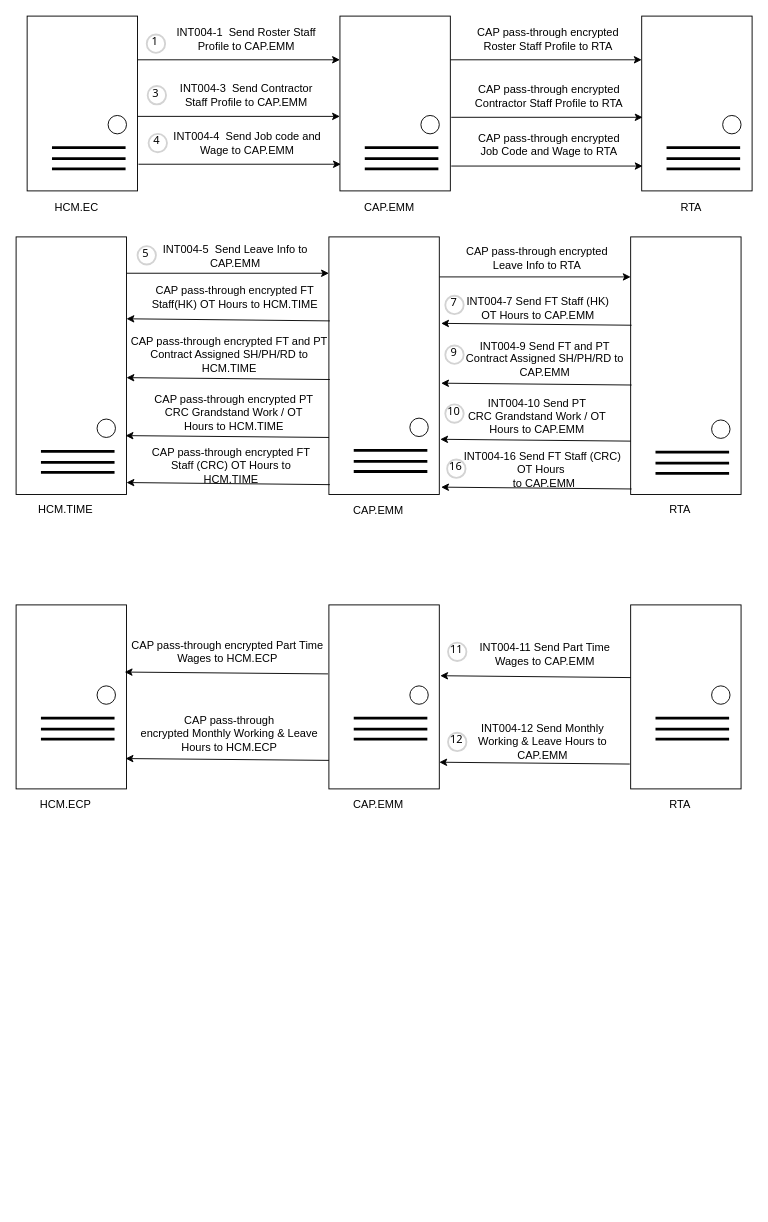
Above: page "RTA" (16 of 19) of Untitled Diagram.drawio in wsxad234/flowchart (draw.io), before the change. Source tidied: cells renumbered, new cells numbered last; positions are measured from the earlier drawing's top-left corner, leaving out a move shared by most shapes. Both pictures are drawn from the tidied source at 92%, with x=0, y=0 at pixel (16, 16).
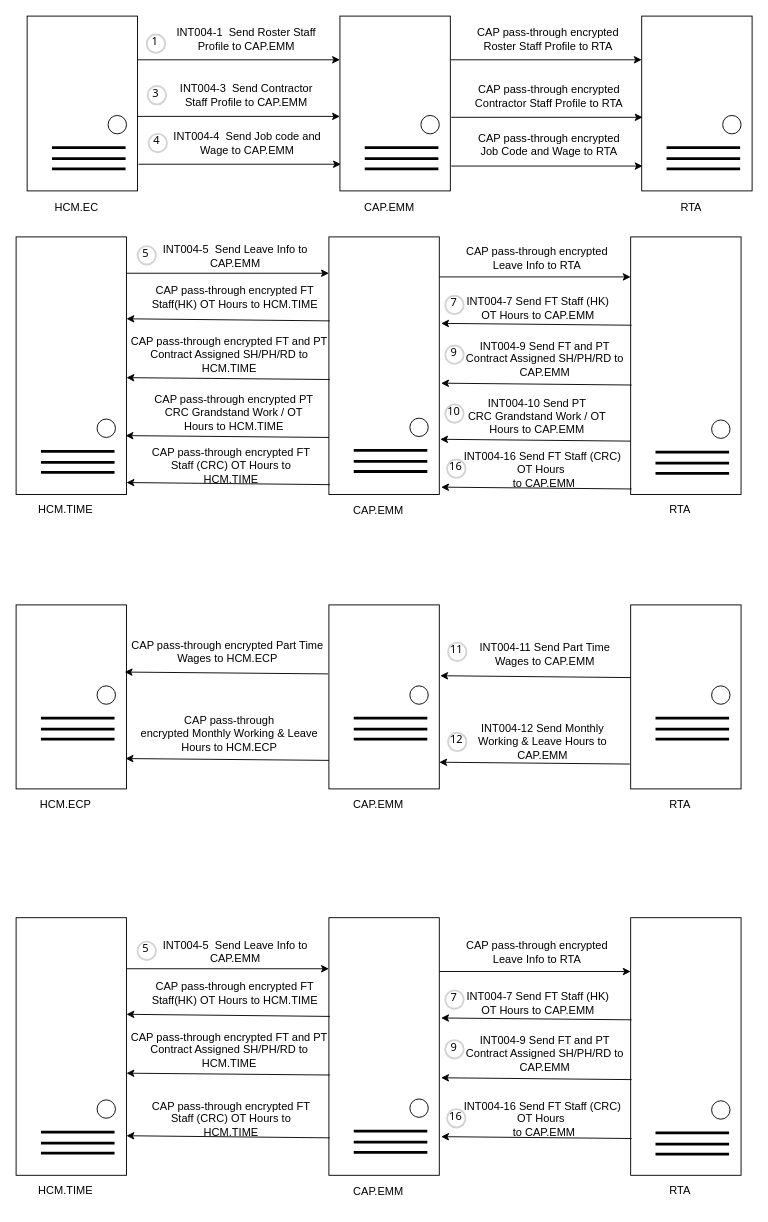
Above is the later version.

Change to the diagram source:
```diff
@@
+    <mxCell id="107" style="edgeStyle=orthogonalEdgeStyle;rounded=0;orthogonalLoop=1;jettySize=auto;html=1;exitX=1;exitY=0.25;exitDx=0;exitDy=0;entryX=0;entryY=0.25;entryDx=0;entryDy=0;" parent="1" edge="1">
+      <mxGeometry relative="1" as="geometry">
+        <mxPoint x="120" y="1035.5" as="sourcePoint" />
+        <mxPoint x="340" y="1035.5" as="targetPoint" />
+      </mxGeometry>
+    </mxCell>
+    <mxCell id="108" style="rounded=0;whiteSpace=wrap;html=1;" parent="1" vertex="1">
+      <mxGeometry y="980" width="120" height="280" as="geometry" />
+    </mxCell>
+    <mxCell id="109" value="HCM.TIME" style="text;html=1;strokeColor=none;fillColor=none;align=center;verticalAlign=middle;whiteSpace=wrap;rounded=0;" parent="1" vertex="1">
+      <mxGeometry x="24" y="1262" width="60" height="30" as="geometry" />
+    </mxCell>
+    <mxCell id="110" style="rounded=0;whiteSpace=wrap;html=1;" parent="1" vertex="1">
+      <mxGeometry x="668" y="980" width="120" height="280" as="geometry" />
+    </mxCell>
+    <mxCell id="111" style="ellipse;whiteSpace=wrap;html=1;direction=south;" parent="1" vertex="1">
+      <mxGeometry x="756" y="1179" width="20" height="20" as="geometry" />
+    </mxCell>
+    <mxCell id="112" value="RTA" style="text;html=1;strokeColor=none;fillColor=none;align=center;verticalAlign=middle;whiteSpace=wrap;rounded=0;" parent="1" vertex="1">
+      <mxGeometry x="692" y="1262" width="60" height="30" as="geometry" />
+    </mxCell>
+    <mxCell id="113" style="endArrow=none;html=1;rounded=0;align=center;strokeWidth=3;" parent="1" edge="1">
+      <mxGeometry relative="1" as="geometry">
+        <mxPoint x="695" y="1214" as="sourcePoint" />
+        <mxPoint x="775" y="1214" as="targetPoint" />
+      </mxGeometry>
+    </mxCell>
+    <mxCell id="114" style="endArrow=none;html=1;rounded=0;align=center;strokeWidth=3;" parent="1" edge="1">
+      <mxGeometry relative="1" as="geometry">
+        <mxPoint x="695" y="1226" as="sourcePoint" />
+        <mxPoint x="775" y="1226" as="targetPoint" />
+      </mxGeometry>
+    </mxCell>
+    <mxCell id="115" style="endArrow=none;html=1;rounded=0;align=center;strokeWidth=3;" parent="1" edge="1">
+      <mxGeometry relative="1" as="geometry">
+        <mxPoint x="695" y="1237" as="sourcePoint" />
+        <mxPoint x="775" y="1237" as="targetPoint" />
+      </mxGeometry>
+    </mxCell>
+    <mxCell id="116" style="edgeStyle=orthogonalEdgeStyle;rounded=0;orthogonalLoop=1;jettySize=auto;html=1;exitX=1;exitY=0.25;exitDx=0;exitDy=0;entryX=0;entryY=0.25;entryDx=0;entryDy=0;" parent="1" edge="1">
+      <mxGeometry relative="1" as="geometry">
+        <mxPoint x="460" y="1038.5" as="sourcePoint" />
+        <mxPoint x="668" y="1038.5" as="targetPoint" />
+      </mxGeometry>
+    </mxCell>
+    <mxCell id="117" style="rounded=0;whiteSpace=wrap;html=1;" parent="1" vertex="1">
+      <mxGeometry x="340" y="980" width="120" height="280" as="geometry" />
+    </mxCell>
+    <mxCell id="118" style="ellipse;whiteSpace=wrap;html=1;direction=south;" parent="1" vertex="1">
+      <mxGeometry x="428" y="1177" width="20" height="20" as="geometry" />
+    </mxCell>
+    <mxCell id="119" value="CAP.EMM" style="text;html=1;strokeColor=none;fillColor=none;align=center;verticalAlign=middle;whiteSpace=wrap;rounded=0;" parent="1" vertex="1">
+      <mxGeometry x="364" y="1263" width="60" height="30" as="geometry" />
+    </mxCell>
+    <mxCell id="120" style="endArrow=none;html=1;rounded=0;align=center;strokeWidth=3;" parent="1" edge="1">
+      <mxGeometry relative="1" as="geometry">
+        <mxPoint x="367" y="1212" as="sourcePoint" />
+        <mxPoint x="447" y="1212" as="targetPoint" />
+      </mxGeometry>
+    </mxCell>
+    <mxCell id="121" style="endArrow=none;html=1;rounded=0;align=center;strokeWidth=3;" parent="1" edge="1">
+      <mxGeometry relative="1" as="geometry">
+        <mxPoint x="367" y="1224" as="sourcePoint" />
+        <mxPoint x="447" y="1224" as="targetPoint" />
+      </mxGeometry>
+    </mxCell>
+    <mxCell id="122" style="endArrow=none;html=1;rounded=0;align=center;strokeWidth=3;" parent="1" edge="1">
+      <mxGeometry relative="1" as="geometry">
+        <mxPoint x="367" y="1235" as="sourcePoint" />
+        <mxPoint x="447" y="1235" as="targetPoint" />
+      </mxGeometry>
+    </mxCell>
+    <mxCell id="123" value="INT004-5&amp;nbsp; Send Leave Info to CAP.EMM" style="text;html=1;strokeColor=none;fillColor=none;align=center;verticalAlign=middle;whiteSpace=wrap;rounded=0;" parent="1" vertex="1">
+      <mxGeometry x="152" y="997" width="173" height="40" as="geometry" />
+    </mxCell>
+    <mxCell id="124" value="CAP pass-through encrypted Leave Info to RTA" style="text;html=1;strokeColor=none;fillColor=none;align=center;verticalAlign=middle;whiteSpace=wrap;rounded=0;" parent="1" vertex="1">
+      <mxGeometry x="479.5" y="998" width="173" height="40" as="geometry" />
+    </mxCell>
+    <mxCell id="125" value="INT004-7 Send FT Staff (HK) OT Hours to CAP.EMM" style="text;html=1;strokeColor=none;fillColor=none;align=center;verticalAlign=middle;whiteSpace=wrap;rounded=0;" parent="1" vertex="1">
+      <mxGeometry x="480.5" y="1053" width="173" height="40" as="geometry" />
+    </mxCell>
+    <mxCell id="126" value="CAP pass-through encrypted FT Staff(HK) OT Hours to HCM.TIME" style="text;html=1;strokeColor=none;fillColor=none;align=center;verticalAlign=middle;whiteSpace=wrap;rounded=0;" parent="1" vertex="1">
+      <mxGeometry x="144" y="1042" width="188" height="40" as="geometry" />
+    </mxCell>
+    <mxCell id="127" style="endArrow=classic;html=1;rounded=0;exitX=0.008;exitY=0.438;exitDx=0;exitDy=0;exitPerimeter=0;" parent="1" edge="1">
+      <mxGeometry relative="1" as="geometry">
+        <mxPoint x="669" y="1091" as="sourcePoint" />
+        <mxPoint x="462" y="1089" as="targetPoint" />
+      </mxGeometry>
+    </mxCell>
+    <mxCell id="128" style="endArrow=classic;html=1;rounded=0;exitX=0.008;exitY=0.406;exitDx=0;exitDy=0;exitPerimeter=0;" parent="1" edge="1">
+      <mxGeometry relative="1" as="geometry">
+        <mxPoint x="341" y="1087.3" as="sourcePoint" />
+        <mxPoint x="120" y="1085" as="targetPoint" />
+      </mxGeometry>
+    </mxCell>
+    <mxCell id="129" value="5" style="ellipse;whiteSpace=wrap;html=1;strokeWidth=2;fontFamily=Tahoma;spacingBottom=4;spacingRight=2;strokeColor=#d3d3d3;" parent="1" vertex="1">
+      <mxGeometry x="132" y="1006" width="20" height="20" as="geometry" />
+    </mxCell>
+    <mxCell id="130" value="7" style="ellipse;whiteSpace=wrap;html=1;strokeWidth=2;fontFamily=Tahoma;spacingBottom=4;spacingRight=2;strokeColor=#d3d3d3;" parent="1" vertex="1">
+      <mxGeometry x="466.5" y="1059" width="20" height="20" as="geometry" />
+    </mxCell>
+    <mxCell id="131" value="INT004-9 Send FT and PT&lt;br&gt;Contract Assigned SH/PH/RD&lt;span style=&quot;background-color: initial;&quot;&gt;&amp;nbsp;to CAP.EMM&lt;/span&gt;" style="text;html=1;strokeColor=none;fillColor=none;align=center;verticalAlign=middle;whiteSpace=wrap;rounded=0;" parent="1" vertex="1">
+      <mxGeometry x="483.5" y="1108" width="181.5" height="40" as="geometry" />
+    </mxCell>
+    <mxCell id="132" value="CAP pass-through encrypted FT and PT&lt;br&gt;Contract Assigned SH/PH/RD&lt;span style=&quot;background-color: initial;&quot;&gt;&amp;nbsp;to HCM.TIME&lt;/span&gt;" style="text;html=1;strokeColor=none;fillColor=none;align=center;verticalAlign=middle;whiteSpace=wrap;rounded=0;" parent="1" vertex="1">
+      <mxGeometry x="122" y="1104" width="220" height="40" as="geometry" />
+    </mxCell>
+    <mxCell id="133" style="endArrow=classic;html=1;rounded=0;exitX=0.008;exitY=0.438;exitDx=0;exitDy=0;exitPerimeter=0;" parent="1" edge="1">
+      <mxGeometry relative="1" as="geometry">
+        <mxPoint x="669" y="1156" as="sourcePoint" />
+        <mxPoint x="462" y="1154" as="targetPoint" />
+      </mxGeometry>
+    </mxCell>
+    <mxCell id="134" style="endArrow=classic;html=1;rounded=0;exitX=0.008;exitY=0.406;exitDx=0;exitDy=0;exitPerimeter=0;" parent="1" edge="1">
+      <mxGeometry relative="1" as="geometry">
+        <mxPoint x="341" y="1151" as="sourcePoint" />
+        <mxPoint x="120" y="1149" as="targetPoint" />
+      </mxGeometry>
+    </mxCell>
+    <mxCell id="135" value="9" style="ellipse;whiteSpace=wrap;html=1;strokeWidth=2;fontFamily=Tahoma;spacingBottom=4;spacingRight=2;strokeColor=#d3d3d3;" parent="1" vertex="1">
+      <mxGeometry x="466.5" y="1113" width="20" height="20" as="geometry" />
+    </mxCell>
+    <mxCell id="136" style="group;" parent="1" vertex="1">
+      <mxGeometry x="27" y="1178" width="81" height="58" as="geometry" />
+    </mxCell>
+    <mxCell id="137" style="ellipse;whiteSpace=wrap;html=1;direction=south;" parent="136" vertex="1">
+      <mxGeometry x="61" width="20" height="20" as="geometry" />
+    </mxCell>
+    <mxCell id="138" style="endArrow=none;html=1;rounded=0;align=center;strokeWidth=3;" parent="136" edge="1">
+      <mxGeometry relative="1" as="geometry">
+        <mxPoint y="35" as="sourcePoint" />
+        <mxPoint x="80" y="35" as="targetPoint" />
+      </mxGeometry>
+    </mxCell>
+    <mxCell id="139" style="endArrow=none;html=1;rounded=0;align=center;strokeWidth=3;" parent="136" edge="1">
+      <mxGeometry relative="1" as="geometry">
+        <mxPoint y="47" as="sourcePoint" />
+        <mxPoint x="80" y="47" as="targetPoint" />
+      </mxGeometry>
+    </mxCell>
+    <mxCell id="140" style="endArrow=none;html=1;rounded=0;align=center;strokeWidth=3;" parent="136" edge="1">
+      <mxGeometry relative="1" as="geometry">
+        <mxPoint y="58" as="sourcePoint" />
+        <mxPoint x="80" y="58" as="targetPoint" />
+      </mxGeometry>
+    </mxCell>
+    <mxCell id="141" value="INT004-16 Send FT Staff (CRC) OT Hours&amp;nbsp;&lt;span class=&quot;ui-provider&quot;&gt;&lt;/span&gt;&lt;br&gt;&lt;span class=&quot;ui-provider&quot;&gt;&lt;/span&gt;&amp;nbsp;to CAP.EMM" style="text;html=1;strokeColor=none;fillColor=none;align=center;verticalAlign=middle;whiteSpace=wrap;rounded=0;" parent="1" vertex="1">
+      <mxGeometry x="485.5" y="1179" width="173" height="40" as="geometry" />
+    </mxCell>
+    <mxCell id="142" value="CAP pass-through encrypted FT Staff (CRC) OT Hours&amp;nbsp;to HCM.TIME" style="text;html=1;strokeColor=none;fillColor=none;align=center;verticalAlign=middle;whiteSpace=wrap;rounded=0;" parent="1" vertex="1">
+      <mxGeometry x="140" y="1179" width="188" height="40" as="geometry" />
+    </mxCell>
+    <mxCell id="143" style="endArrow=classic;html=1;rounded=0;exitX=0.008;exitY=0.438;exitDx=0;exitDy=0;exitPerimeter=0;" parent="1" edge="1">
+      <mxGeometry relative="1" as="geometry">
+        <mxPoint x="669" y="1220" as="sourcePoint" />
+        <mxPoint x="462" y="1218" as="targetPoint" />
+      </mxGeometry>
+    </mxCell>
+    <mxCell id="144" style="endArrow=classic;html=1;rounded=0;exitX=0.008;exitY=0.406;exitDx=0;exitDy=0;exitPerimeter=0;" parent="1" edge="1">
+      <mxGeometry relative="1" as="geometry">
+        <mxPoint x="341" y="1219.3" as="sourcePoint" />
+        <mxPoint x="120" y="1217" as="targetPoint" />
+      </mxGeometry>
+    </mxCell>
+    <mxCell id="145" value="16" style="ellipse;whiteSpace=wrap;html=1;strokeWidth=2;fontFamily=Tahoma;spacingBottom=4;spacingRight=2;strokeColor=#d3d3d3;" parent="1" vertex="1">
+      <mxGeometry x="468.5" y="1188" width="20" height="20" as="geometry" />
+    </mxCell>
```
